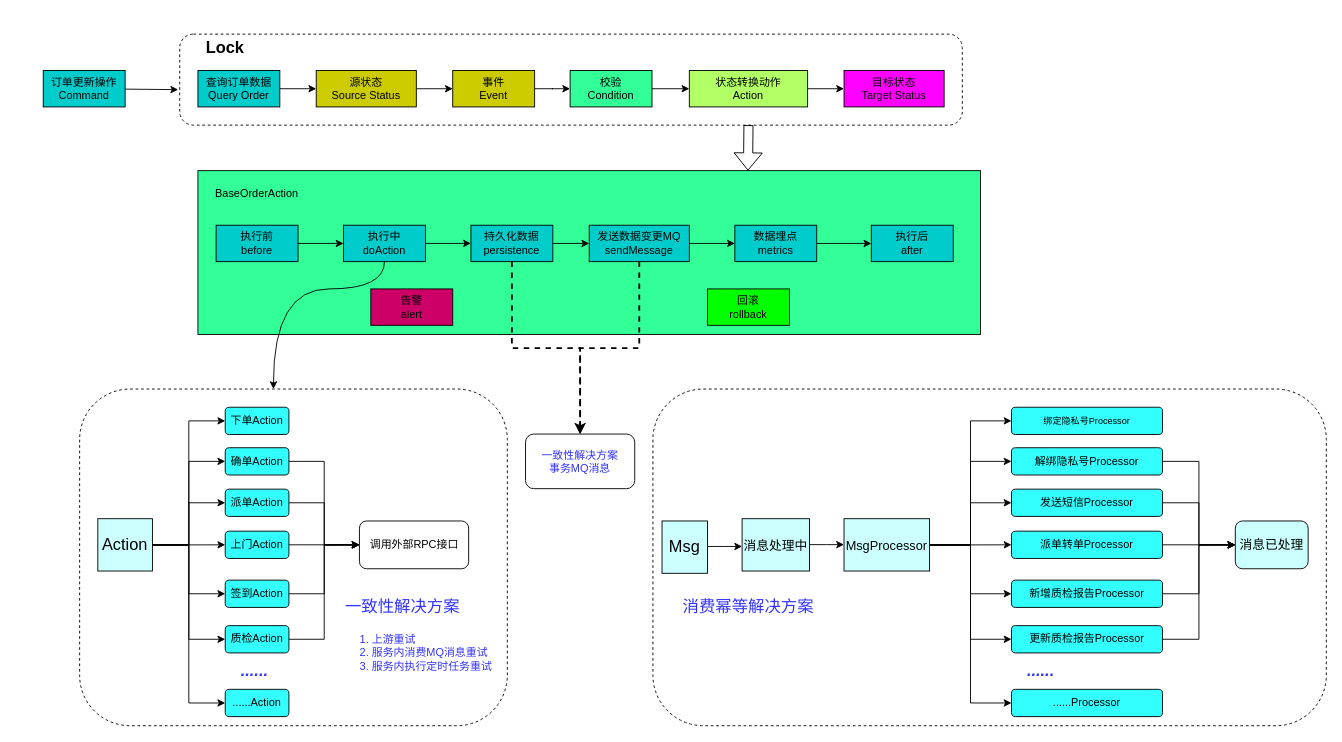
This is page "Page-2" (2 of 13) of Untitled Diagram.drawio from win0909/000, a draw.io file, before an edit. Source tidied: cells renumbered, new cells numbered last; positions are measured from the earlier drawing's top-left corner, leaving out a move shared by most shapes. Both pictures are drawn from the tidied source at 91%, with x=0, y=0 at pixel (43, 34).
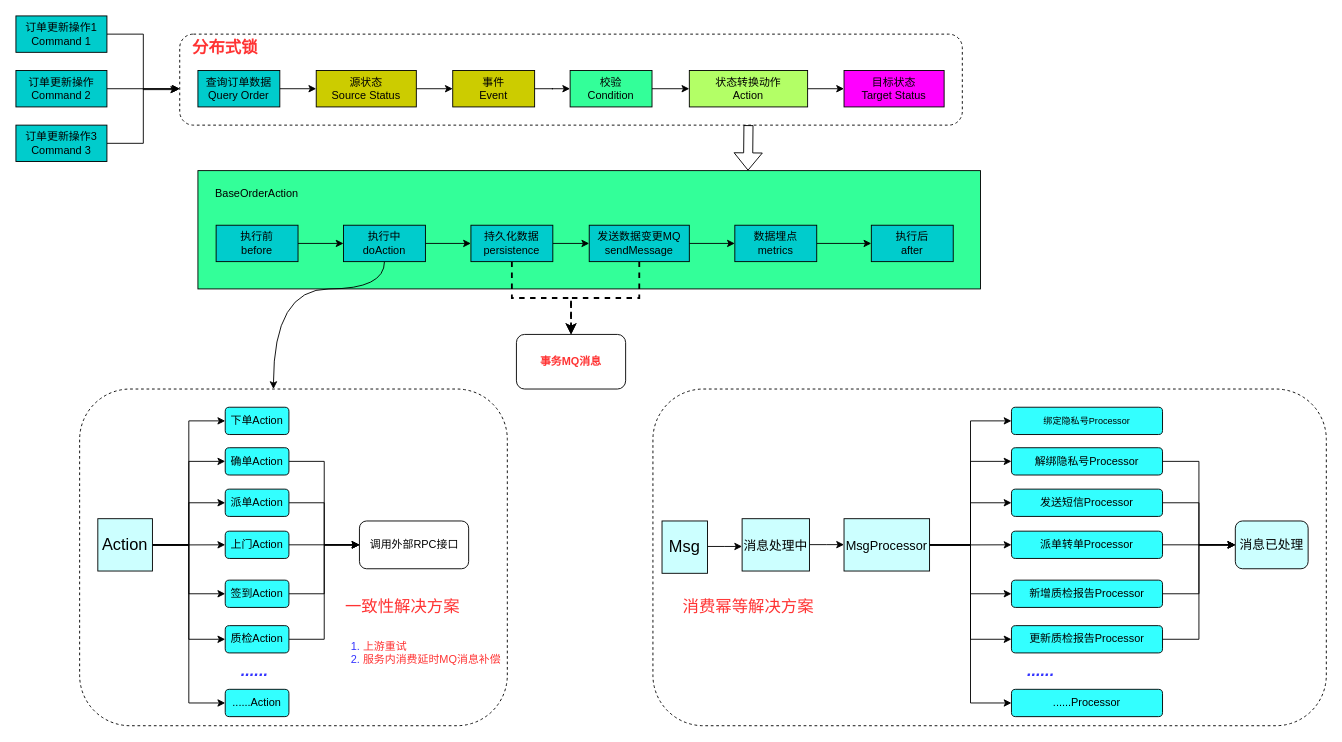
Above is the later version.

The change refers to these unchanged cells:
```xml
<mxCell id="2" style="rounded=1;whiteSpace=wrap;html=1;shadow=0;dashed=1;" parent="1" vertex="1">
  <mxGeometry x="150" width="860" height="100" as="geometry" />
</mxCell>
```

The edit, as a diff of the source:
```diff
@@
     <mxCell id="3" style="rounded=0;whiteSpace=wrap;html=1;fillColor=#33FF99;shadow=0;" parent="1" vertex="1">
-      <mxGeometry x="170" y="150" width="860" height="180" as="geometry" />
+      <mxGeometry x="170" y="150" width="860" height="130" as="geometry" />
     </mxCell>
@@
-    <mxCell id="30" value="告警&lt;br&gt;alert" style="rounded=0;whiteSpace=wrap;html=1;fillColor=#CC0066;" parent="1" vertex="1">
-      <mxGeometry x="360" y="280" width="90" height="40" as="geometry" />
-    </mxCell>
-    <mxCell id="31" value="回滚&lt;br&gt;rollback" style="rounded=0;whiteSpace=wrap;html=1;fillColor=#00FF00;" parent="1" vertex="1">
-      <mxGeometry x="730" y="280" width="90" height="40" as="geometry" />
-    </mxCell>
@@
-    <mxCell id="33" style="edgeStyle=none;rounded=0;jettySize=auto;html=1;entryX=-0.002;entryY=0.61;entryDx=0;entryDy=0;entryPerimeter=0;fontSize=18;" parent="1" edge="1" source="34" target="2">
+    <mxCell id="33" style="edgeStyle=orthogonalEdgeStyle;rounded=0;jettySize=auto;html=1;entryX=-0.002;entryY=0.61;entryDx=0;entryDy=0;entryPerimeter=0;fontSize=18;" parent="1" edge="1" source="34" target="2">
       <mxGeometry relative="1" as="geometry" />
     </mxCell>
-    <mxCell id="34" value="订单更新操作&lt;br&gt;Command" style="rounded=0;whiteSpace=wrap;html=1;fillColor=#00CCCC;" parent="1" vertex="1">
-      <mxGeometry y="40" width="90" height="40" as="geometry" />
+    <mxCell id="34" value="订单更新操作1&lt;br&gt;Command 1" style="rounded=0;whiteSpace=wrap;html=1;fillColor=#00CCCC;" parent="1" vertex="1">
+      <mxGeometry x="-30" y="-20" width="100" height="40" as="geometry" />
     </mxCell>
-    <mxCell id="35" value="&lt;font style=&quot;font-size: 18px&quot;&gt;&lt;b&gt;Lock&lt;/b&gt;&lt;/font&gt;" style="text;html=1;strokeColor=none;fillColor=none;align=center;verticalAlign=middle;whiteSpace=wrap;rounded=0;shadow=0;dashed=1;" parent="1" vertex="1">
-      <mxGeometry x="170" width="60" height="30" as="geometry" />
+    <mxCell id="35" value="&lt;span style=&quot;font-size: 18px&quot;&gt;&lt;font color=&quot;#ff3333&quot;&gt;&lt;b&gt;分布式锁&lt;/b&gt;&lt;/font&gt;&lt;/span&gt;" style="text;html=1;strokeColor=none;fillColor=none;align=center;verticalAlign=middle;whiteSpace=wrap;rounded=0;shadow=0;dashed=1;" parent="1" vertex="1">
+      <mxGeometry x="150" width="100" height="30" as="geometry" />
     </mxCell>
-    <mxCell id="36" value="一致性解决方案&lt;br&gt;事务MQ消息" style="rounded=1;whiteSpace=wrap;html=1;shadow=0;fontSize=12;fontColor=#3333FF;fillColor=#FFFFFF;" parent="1" vertex="1">
-      <mxGeometry x="530" y="439.5" width="120" height="60" as="geometry" />
+    <mxCell id="36" value="&lt;font color=&quot;#ff3333&quot;&gt;&lt;b&gt;事务MQ消息&lt;/b&gt;&lt;/font&gt;" style="rounded=1;whiteSpace=wrap;html=1;shadow=0;fontSize=12;fontColor=#3333FF;fillColor=#FFFFFF;" parent="1" vertex="1">
+      <mxGeometry x="520" y="330" width="120" height="60" as="geometry" />
     </mxCell>
@@
-    <mxCell id="60" value="&lt;ol style=&quot;font-size: 12px&quot;&gt;&lt;li style=&quot;text-align: left ; font-size: 12px&quot;&gt;&lt;font style=&quot;font-size: 12px&quot;&gt;上游重试&lt;br style=&quot;font-size: 12px&quot;&gt;&lt;/font&gt;&lt;/li&gt;&lt;li style=&quot;text-align: left ; font-size: 12px&quot;&gt;&lt;span style=&quot;font-size: 12px&quot;&gt;&lt;font style=&quot;font-size: 12px&quot;&gt;服务内消费MQ消息重试&lt;/font&gt;&lt;/span&gt;&lt;/li&gt;&lt;li style=&quot;text-align: left ; font-size: 12px&quot;&gt;&lt;span style=&quot;font-size: 12px&quot;&gt;&lt;font style=&quot;font-size: 12px&quot;&gt;服务内执行定时任务重试&lt;/font&gt;&lt;/span&gt;&lt;/li&gt;&lt;/ol&gt;&lt;div style=&quot;text-align: left ; font-size: 12px&quot;&gt;&lt;/div&gt;" style="text;html=1;strokeColor=none;fillColor=none;align=center;verticalAlign=middle;whiteSpace=wrap;rounded=0;shadow=0;fontSize=12;fontColor=#3333FF;" parent="1" vertex="1">
-      <mxGeometry x="305" y="650" width="205" height="60" as="geometry" />
+    <mxCell id="60" value="&lt;ol style=&quot;font-size: 12px&quot;&gt;&lt;li style=&quot;text-align: left ; font-size: 12px&quot;&gt;&lt;font style=&quot;font-size: 12px&quot; color=&quot;#ff3333&quot;&gt;上游重试&lt;br style=&quot;font-size: 12px&quot;&gt;&lt;/font&gt;&lt;/li&gt;&lt;li style=&quot;text-align: left ; font-size: 12px&quot;&gt;&lt;span style=&quot;font-size: 12px&quot;&gt;&lt;font style=&quot;font-size: 12px&quot; color=&quot;#ff3333&quot;&gt;服务内消费延时MQ消息补偿&lt;/font&gt;&lt;/span&gt;&lt;/li&gt;&lt;/ol&gt;&lt;div style=&quot;text-align: left ; font-size: 12px&quot;&gt;&lt;/div&gt;" style="text;html=1;strokeColor=none;fillColor=none;align=center;verticalAlign=middle;whiteSpace=wrap;rounded=0;shadow=0;fontSize=12;fontColor=#3333FF;" parent="1" vertex="1">
+      <mxGeometry x="295" y="650" width="225" height="60" as="geometry" />
     </mxCell>
-    <mxCell id="61" value="一致性解决方案" style="text;html=1;strokeColor=none;fillColor=none;align=center;verticalAlign=middle;whiteSpace=wrap;rounded=0;shadow=0;fontSize=18;fontColor=#3333FF;" parent="1" vertex="1">
+    <mxCell id="61" value="&lt;font color=&quot;#ff3333&quot;&gt;一致性解决方案&lt;/font&gt;" style="text;html=1;strokeColor=none;fillColor=none;align=center;verticalAlign=middle;whiteSpace=wrap;rounded=0;shadow=0;fontSize=18;fontColor=#3333FF;" parent="1" vertex="1">
       <mxGeometry x="330" y="610" width="130" height="40" as="geometry" />
     </mxCell>
@@
-    <mxCell id="89" value="消费幂等解决方案" style="text;html=1;strokeColor=none;fillColor=none;align=center;verticalAlign=middle;whiteSpace=wrap;rounded=0;shadow=0;fontSize=18;fontColor=#3333FF;" parent="1" vertex="1">
+    <mxCell id="89" value="&lt;font color=&quot;#ff3333&quot;&gt;消费幂等解决方案&lt;/font&gt;" style="text;html=1;strokeColor=none;fillColor=none;align=center;verticalAlign=middle;whiteSpace=wrap;rounded=0;shadow=0;fontSize=18;fontColor=#3333FF;" parent="1" vertex="1">
       <mxGeometry x="700" y="610" width="150" height="40" as="geometry" />
     </mxCell>
+    <mxCell id="90" style="edgeStyle=orthogonalEdgeStyle;rounded=0;jettySize=auto;html=1;entryX=0;entryY=0.6;entryDx=0;entryDy=0;entryPerimeter=0;fontColor=#000000;" parent="1" edge="1" source="91" target="2">
+      <mxGeometry relative="1" as="geometry" />
+    </mxCell>
+    <mxCell id="91" value="订单更新操作&lt;br&gt;Command 2" style="rounded=0;whiteSpace=wrap;html=1;fillColor=#00CCCC;" parent="1" vertex="1">
+      <mxGeometry x="-30" y="40" width="100" height="40" as="geometry" />
+    </mxCell>
+    <mxCell id="92" style="edgeStyle=elbowEdgeStyle;rounded=0;jettySize=auto;html=1;fontColor=#000000;" parent="1" edge="1" source="93">
+      <mxGeometry relative="1" as="geometry">
+        <mxPoint x="150" y="60" as="targetPoint" />
+      </mxGeometry>
+    </mxCell>
+    <mxCell id="93" value="订单更新操作3&lt;br&gt;Command 3" style="rounded=0;whiteSpace=wrap;html=1;fillColor=#00CCCC;" parent="1" vertex="1">
+      <mxGeometry x="-30" y="100" width="100" height="40" as="geometry" />
+    </mxCell>
```
